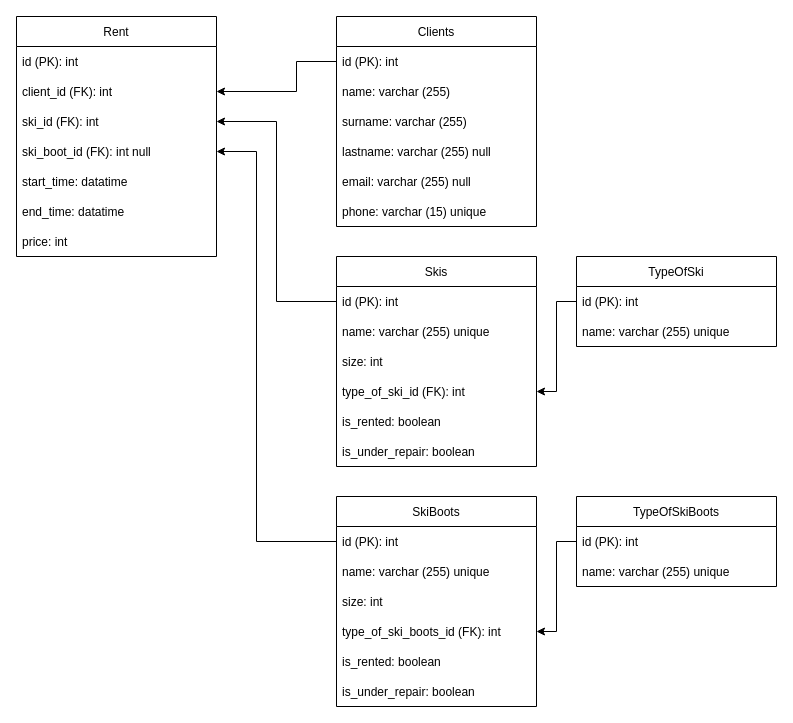
BoJlkogaB/AlfaStrah keeps this draw.io diagram as page "DB" (1 of 2) of AlfaStrah.drawio. Above is the earlier version. Source tidied: cells renumbered, new cells numbered last; positions are measured from the earlier drawing's top-left corner, leaving out a move shared by most shapes. Both pictures are drawn from the tidied source at 100%, with x=0, y=0 at pixel (16, 16).
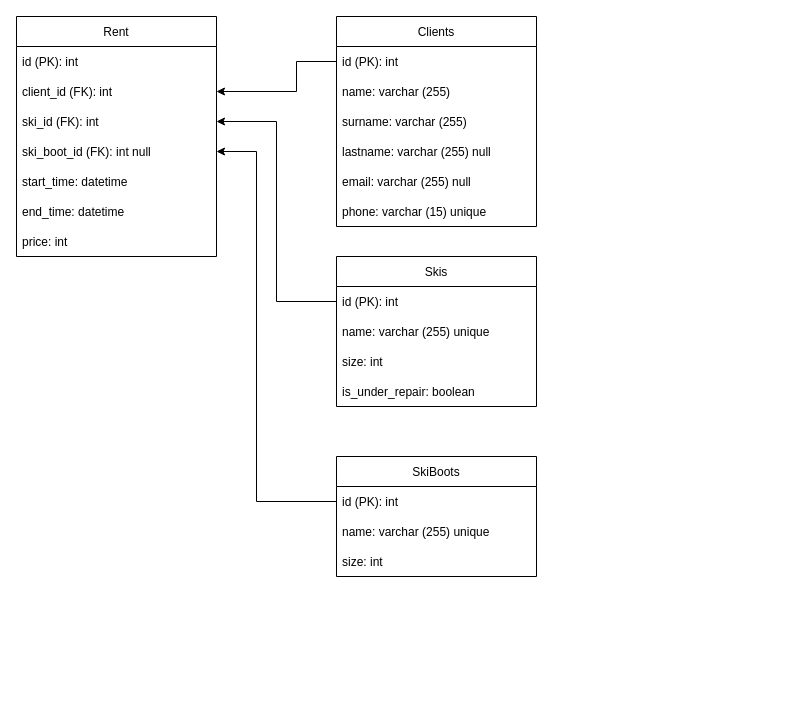
The same diagram, later.

Unchanged cells that the change refers to:
```xml
<mxCell id="21" value="id (PK): int" style="text;strokeColor=none;fillColor=none;align=left;verticalAlign=middle;spacingLeft=4;spacingRight=4;overflow=hidden;points=[[0,0.5],[1,0.5]];portConstraint=eastwest;" parent="20" vertex="1">
  <mxGeometry y="30" width="200" height="30" as="geometry" />
</mxCell>
<mxCell id="31" value="Rent" style="swimlane;fontStyle=0;horizontal=1;startSize=30;" parent="1" vertex="1">
  <mxGeometry width="200" height="240" as="geometry" />
</mxCell>
<mxCell id="35" value="ski_boot_id (FK): int null" style="text;strokeColor=none;fillColor=none;align=left;verticalAlign=middle;spacingLeft=4;spacingRight=4;overflow=hidden;points=[[0,0.5],[1,0.5]];portConstraint=eastwest;" parent="31" vertex="1">
  <mxGeometry y="120" width="200" height="30" as="geometry" />
</mxCell>
```

What changed in the source:
```diff
@@
     <mxCell id="9" value="Skis" style="swimlane;fontStyle=0;horizontal=1;startSize=30;" parent="1" vertex="1">
-      <mxGeometry x="320" y="240" width="200" height="210" as="geometry" />
+      <mxGeometry x="320" y="240" width="200" height="150" as="geometry" />
     </mxCell>
@@
-    <mxCell id="13" value="type_of_ski_id (FK): int" style="text;strokeColor=none;fillColor=none;align=left;verticalAlign=middle;spacingLeft=4;spacingRight=4;overflow=hidden;points=[[0,0.5],[1,0.5]];portConstraint=eastwest;" parent="9" vertex="1">
-      <mxGeometry y="120" width="200" height="30" as="geometry" />
-    </mxCell>
-    <mxCell id="14" value="is_rented: boolean" style="text;strokeColor=none;fillColor=none;align=left;verticalAlign=middle;spacingLeft=4;spacingRight=4;overflow=hidden;" parent="9" vertex="1">
-      <mxGeometry y="150" width="200" height="30" as="geometry" />
-    </mxCell>
     <mxCell id="15" value="is_under_repair: boolean" style="text;strokeColor=none;fillColor=none;align=left;verticalAlign=middle;spacingLeft=4;spacingRight=4;overflow=hidden;" parent="9" vertex="1">
-      <mxGeometry y="180" width="200" height="30" as="geometry" />
+      <mxGeometry y="120" width="200" height="30" as="geometry" />
     </mxCell>
-    <mxCell id="16" value="TypeOfSki" style="swimlane;fontStyle=0;horizontal=1;startSize=30;" parent="1" vertex="1">
-      <mxGeometry x="560" y="240" width="200" height="90" as="geometry" />
-    </mxCell>
-    <mxCell id="17" value="id (PK): int" style="text;strokeColor=none;fillColor=none;align=left;verticalAlign=middle;spacingLeft=4;spacingRight=4;overflow=hidden;points=[[0,0.5],[1,0.5]];portConstraint=eastwest;" parent="16" vertex="1">
-      <mxGeometry y="30" width="200" height="30" as="geometry" />
-    </mxCell>
-    <mxCell id="18" value="name: varchar (255) unique" style="text;strokeColor=none;fillColor=none;align=left;verticalAlign=middle;spacingLeft=4;spacingRight=4;overflow=hidden;" parent="16" vertex="1">
-      <mxGeometry y="60" width="200" height="30" as="geometry" />
-    </mxCell>
-    <mxCell id="19" style="edgeStyle=orthogonalEdgeStyle;rounded=0;jettySize=auto;html=1;" parent="1" edge="1" source="17" target="13">
-      <mxGeometry relative="1" as="geometry" />
-    </mxCell>
     <mxCell id="20" value="SkiBoots" style="swimlane;fontStyle=0;horizontal=1;startSize=30;" parent="1" vertex="1">
-      <mxGeometry x="320" y="480" width="200" height="210" as="geometry" />
+      <mxGeometry x="320" y="440" width="200" height="120" as="geometry" />
     </mxCell>
@@
-    <mxCell id="24" value="type_of_ski_boots_id (FK): int" style="text;strokeColor=none;fillColor=none;align=left;verticalAlign=middle;spacingLeft=4;spacingRight=4;overflow=hidden;points=[[0,0.5],[1,0.5]];portConstraint=eastwest;" parent="20" vertex="1">
-      <mxGeometry y="120" width="200" height="30" as="geometry" />
-    </mxCell>
-    <mxCell id="25" value="is_rented: boolean" style="text;strokeColor=none;fillColor=none;align=left;verticalAlign=middle;spacingLeft=4;spacingRight=4;overflow=hidden;" parent="20" vertex="1">
-      <mxGeometry y="150" width="200" height="30" as="geometry" />
-    </mxCell>
-    <mxCell id="26" value="is_under_repair: boolean" style="text;strokeColor=none;fillColor=none;align=left;verticalAlign=middle;spacingLeft=4;spacingRight=4;overflow=hidden;" parent="20" vertex="1">
-      <mxGeometry y="180" width="200" height="30" as="geometry" />
-    </mxCell>
-    <mxCell id="27" value="TypeOfSkiBoots" style="swimlane;fontStyle=0;horizontal=1;startSize=30;" parent="1" vertex="1">
-      <mxGeometry x="560" y="480" width="200" height="90" as="geometry" />
-    </mxCell>
-    <mxCell id="28" value="id (PK): int" style="text;strokeColor=none;fillColor=none;align=left;verticalAlign=middle;spacingLeft=4;spacingRight=4;overflow=hidden;points=[[0,0.5],[1,0.5]];portConstraint=eastwest;" parent="27" vertex="1">
-      <mxGeometry y="30" width="200" height="30" as="geometry" />
-    </mxCell>
-    <mxCell id="29" value="name: varchar (255) unique " style="text;strokeColor=none;fillColor=none;align=left;verticalAlign=middle;spacingLeft=4;spacingRight=4;overflow=hidden;" parent="27" vertex="1">
-      <mxGeometry y="60" width="200" height="30" as="geometry" />
-    </mxCell>
-    <mxCell id="30" style="edgeStyle=orthogonalEdgeStyle;rounded=0;jettySize=auto;html=1;" parent="1" edge="1" source="28" target="24">
-      <mxGeometry relative="1" as="geometry" />
-    </mxCell>
@@
-    <mxCell id="36" value="start_time: datatime" style="text;strokeColor=none;fillColor=none;align=left;verticalAlign=middle;spacingLeft=4;spacingRight=4;overflow=hidden;" parent="31" vertex="1">
+    <mxCell id="36" value="start_time: datetime" style="text;strokeColor=none;fillColor=none;align=left;verticalAlign=middle;spacingLeft=4;spacingRight=4;overflow=hidden;" parent="31" vertex="1">
       <mxGeometry y="150" width="200" height="30" as="geometry" />
     </mxCell>
-    <mxCell id="37" value="end_time: datatime" style="text;strokeColor=none;fillColor=none;align=left;verticalAlign=middle;spacingLeft=4;spacingRight=4;overflow=hidden;" parent="31" vertex="1">
+    <mxCell id="37" value="end_time: datetime" style="text;strokeColor=none;fillColor=none;align=left;verticalAlign=middle;spacingLeft=4;spacingRight=4;overflow=hidden;" parent="31" vertex="1">
       <mxGeometry y="180" width="200" height="30" as="geometry" />
     </mxCell>
@@
     <mxCell id="41" style="edgeStyle=orthogonalEdgeStyle;rounded=0;jettySize=auto;html=1;" parent="1" edge="1" source="21" target="35">
       <mxGeometry relative="1" as="geometry">
         <Array as="points">
-          <mxPoint x="240" y="525" />
+          <mxPoint x="240" y="485" />
           <mxPoint x="240" y="135" />
         </Array>
       </mxGeometry>
     </mxCell>
```
